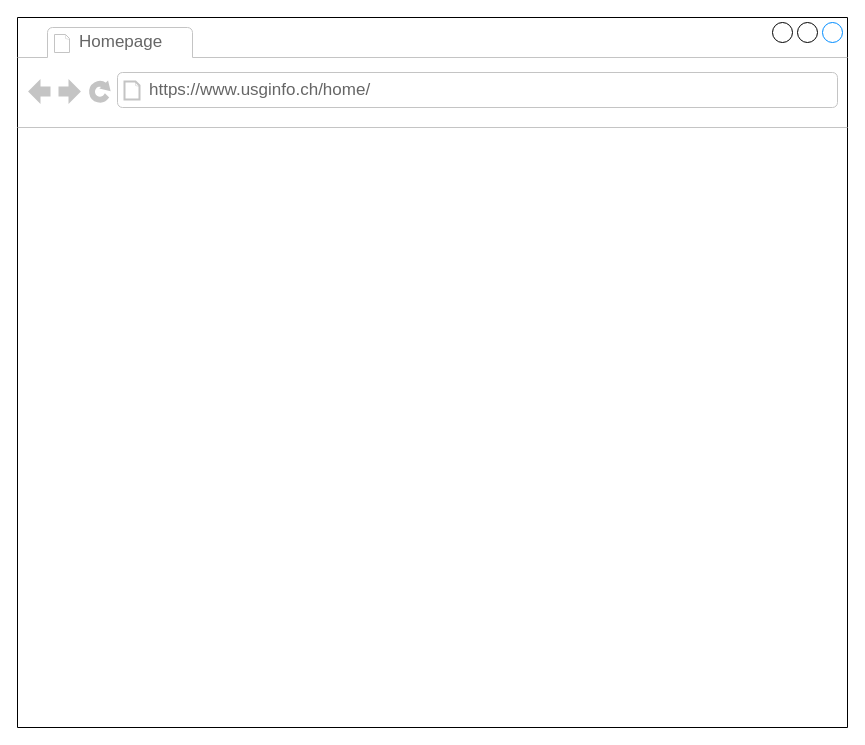
The draw.io diagram page "Homepage" (1 of 6) of doc/mockups/Lo-Fi_USG.drawio in mnaray/USG_Website, before the edit. Source tidied: cells renumbered, new cells numbered last; positions are measured from the earlier drawing's top-left corner, leaving out a move shared by most shapes. Both pictures are drawn from the tidied source at 100%, with x=0, y=0 at pixel (17, 17).
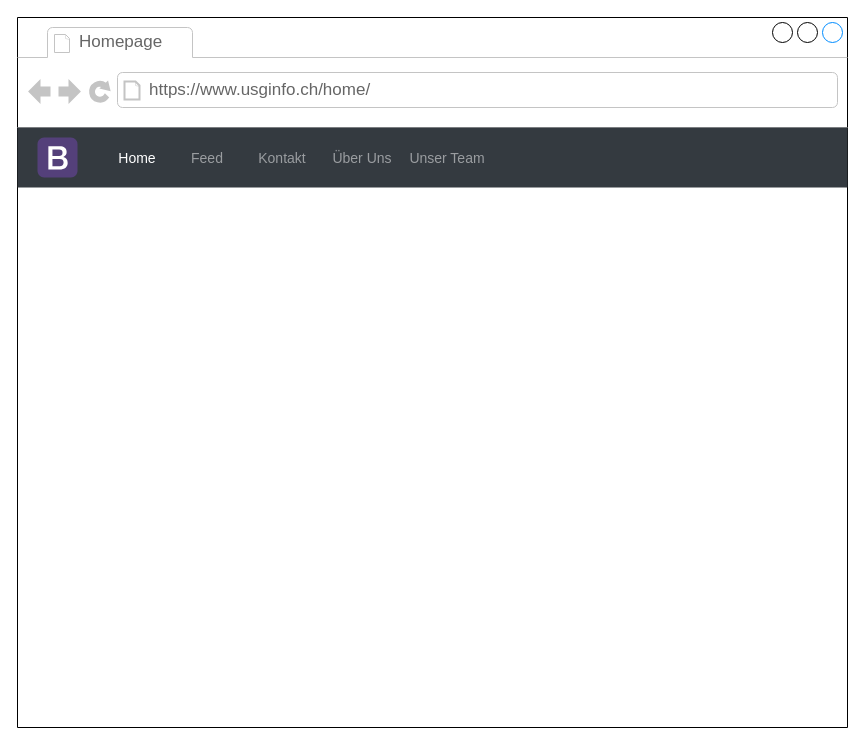
Above is the later version.

Diff of the diagram source:
```diff
@@
 <mxGraphModel>
   <root>
     <mxCell id="0" />
     <mxCell id="1" parent="0" />
     <mxCell id="2" style="strokeWidth=1;shadow=0;dashed=0;align=center;html=1;shape=mxgraph.mockup.containers.browserWindow;rSize=0;strokeColor2=#008cff;strokeColor3=#c4c4c4;mainText=,;" parent="1" vertex="1">
       <mxGeometry width="830" height="710" as="geometry" />
     </mxCell>
     <mxCell id="3" value="Homepage" style="strokeWidth=1;shadow=0;dashed=0;align=center;html=1;shape=mxgraph.mockup.containers.anchor;fontSize=17;fontColor=#666666;align=left;" parent="2" vertex="1">
       <mxGeometry x="60" y="12" width="110" height="26" as="geometry" />
     </mxCell>
     <mxCell id="4" value="https://www.usginfo.ch/home/" style="strokeWidth=1;shadow=0;dashed=0;align=center;html=1;shape=mxgraph.mockup.containers.anchor;rSize=0;fontSize=17;fontColor=#666666;align=left;" parent="2" vertex="1">
       <mxGeometry x="130" y="60" width="250" height="26" as="geometry" />
     </mxCell>
+    <mxCell id="5" style="html=1;shadow=0;dashed=0;fillColor=#343A40;strokeColor=none;fontSize=16;fontColor=#ffffff;align=left;spacing=15;" parent="2" vertex="1">
+      <mxGeometry y="110" width="830" height="60" as="geometry" />
+    </mxCell>
+    <mxCell id="6" value="Home" style="fillColor=none;strokeColor=none;fontSize=14;fontColor=#ffffff;align=center;" parent="5" vertex="1">
+      <mxGeometry width="70" height="40" relative="1" as="geometry">
+        <mxPoint x="85" y="10" as="offset" />
+      </mxGeometry>
+    </mxCell>
+    <mxCell id="7" value="Feed" style="fillColor=none;strokeColor=none;fontSize=14;fontColor=#9A9DA0;align=center;" parent="5" vertex="1">
+      <mxGeometry width="70" height="40" relative="1" as="geometry">
+        <mxPoint x="155" y="10" as="offset" />
+      </mxGeometry>
+    </mxCell>
+    <mxCell id="8" value="Kontakt" style="fillColor=none;strokeColor=none;fontSize=14;fontColor=#9A9DA0;align=center;spacingRight=0;" parent="5" vertex="1">
+      <mxGeometry width="80" height="40" relative="1" as="geometry">
+        <mxPoint x="225" y="10" as="offset" />
+      </mxGeometry>
+    </mxCell>
+    <mxCell id="9" value="Über Uns" style="fillColor=none;strokeColor=none;fontSize=14;fontColor=#9A9DA0;align=center;" parent="5" vertex="1">
+      <mxGeometry width="80" height="40" relative="1" as="geometry">
+        <mxPoint x="305" y="10" as="offset" />
+      </mxGeometry>
+    </mxCell>
+    <mxCell id="10" value="Unser Team" style="fillColor=none;strokeColor=none;fontSize=14;fontColor=#9A9DA0;align=center;" parent="5" vertex="1">
+      <mxGeometry width="90" height="40" relative="1" as="geometry">
+        <mxPoint x="385" y="10" as="offset" />
+      </mxGeometry>
+    </mxCell>
+    <mxCell id="11" style="html=1;shadow=0;dashed=0;shape=mxgraph.bootstrap.logo;fillColor=#54407A;strokeColor=none;sketch=0;" parent="5" vertex="1">
+      <mxGeometry width="40" height="40" relative="1" as="geometry">
+        <mxPoint x="20" y="10" as="offset" />
+      </mxGeometry>
+    </mxCell>
   </root>
 </mxGraphModel>
```
